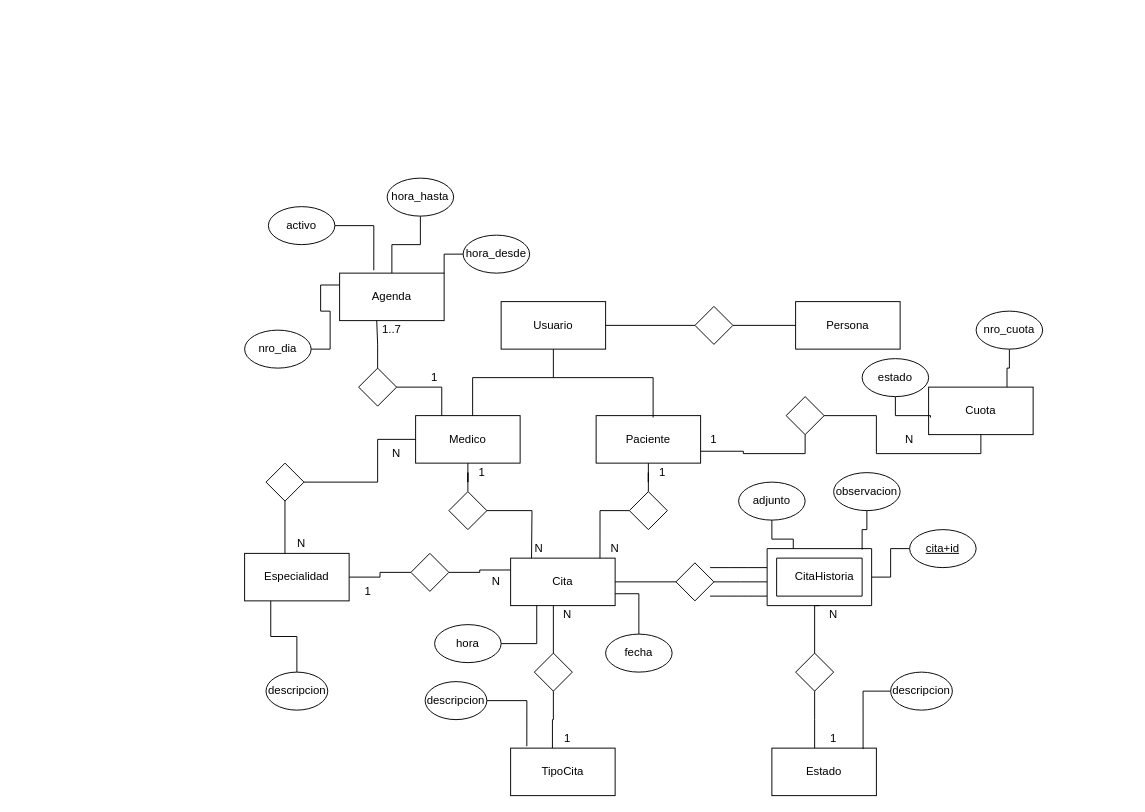
This is src/main/resources/DER_Taller1.drawio from EquipoTaller1/proyectoCursadaTaller1Unlam, a draw.io file, before an edit. Source tidied: cells renumbered, new cells numbered last; positions are measured from the earlier drawing's top-left corner, leaving out a move shared by most shapes. Both pictures are drawn from the tidied source at 95%, with x=0, y=0 at pixel (244, 178).
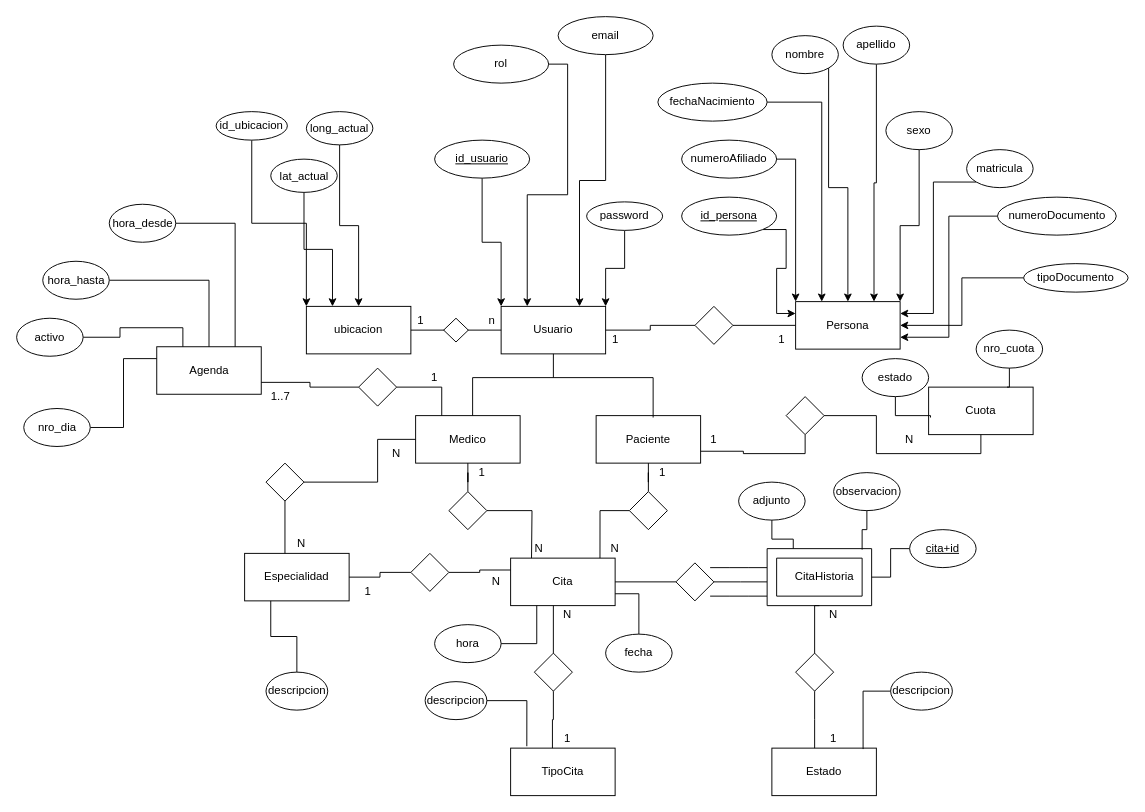
The same diagram, later.

Unchanged cells that the change refers to:
```xml
<mxCell id="42" style="rhombus;whiteSpace=wrap;html=1;" parent="1" vertex="1">
  <mxGeometry x="120" y="200" width="40" height="40" as="geometry" />
</mxCell>
<mxCell id="93" value="Persona" style="rounded=0;whiteSpace=wrap;html=1;" parent="1" vertex="1">
  <mxGeometry x="580" y="130" width="110" height="50" as="geometry" />
</mxCell>
```

The edit, as a diff of the source:
```diff
@@
     <mxCell id="2" value="Usuario" style="rounded=0;whiteSpace=wrap;html=1;" parent="1" vertex="1">
-      <mxGeometry x="270" y="130" width="110" height="50" as="geometry" />
+      <mxGeometry x="270" y="135" width="110" height="50" as="geometry" />
     </mxCell>
@@
     <mxCell id="39" value="Agenda" style="rounded=0;whiteSpace=wrap;html=1;" parent="1" vertex="1">
-      <mxGeometry x="100" y="100" width="110" height="50" as="geometry" />
+      <mxGeometry x="-92.5" y="177.5" width="110" height="50" as="geometry" />
     </mxCell>
@@
-    <mxCell id="41" style="edgeStyle=orthogonalEdgeStyle;rounded=0;jettySize=auto;html=1;entryX=0.355;entryY=1;entryDx=0;entryDy=0;entryPerimeter=0;startArrow=none;startFill=0;endArrow=none;endFill=0;" parent="1" edge="1" source="42" target="39">
+    <mxCell id="41" style="edgeStyle=orthogonalEdgeStyle;rounded=0;jettySize=auto;html=1;entryX=1;entryY=0.75;entryDx=0;entryDy=0;startArrow=none;startFill=0;endArrow=none;endFill=0;" parent="1" edge="1" source="42" target="39">
       <mxGeometry relative="1" as="geometry" />
     </mxCell>
@@
-    <mxCell id="53" style="edgeStyle=orthogonalEdgeStyle;rounded=0;jettySize=auto;html=1;entryX=0.327;entryY=-0.06;entryDx=0;entryDy=0;entryPerimeter=0;startArrow=none;startFill=0;endArrow=none;endFill=0;" parent="1" edge="1" source="54" target="39">
+    <mxCell id="53" style="edgeStyle=orthogonalEdgeStyle;rounded=0;jettySize=auto;html=1;entryX=0.25;entryY=0;entryDx=0;entryDy=0;startArrow=none;startFill=0;endArrow=none;endFill=0;" parent="1" edge="1" source="54" target="39">
       <mxGeometry relative="1" as="geometry" />
     </mxCell>
     <mxCell id="54" value="activo" style="ellipse;whiteSpace=wrap;html=1;" parent="1" vertex="1">
-      <mxGeometry x="25" y="30" width="70" height="40" as="geometry" />
+      <mxGeometry x="-240" y="147.5" width="70" height="40" as="geometry" />
     </mxCell>
@@
     <mxCell id="56" value="hora_hasta" style="ellipse;whiteSpace=wrap;html=1;" parent="1" vertex="1">
-      <mxGeometry x="150" width="70" height="40" as="geometry" />
+      <mxGeometry x="-212.5" y="87.5" width="70" height="40" as="geometry" />
     </mxCell>
-    <mxCell id="57" style="edgeStyle=orthogonalEdgeStyle;rounded=0;jettySize=auto;html=1;entryX=1;entryY=0;entryDx=0;entryDy=0;startArrow=none;startFill=0;endArrow=none;endFill=0;" parent="1" edge="1" source="58" target="39">
+    <mxCell id="57" style="edgeStyle=orthogonalEdgeStyle;rounded=0;jettySize=auto;html=1;entryX=0.75;entryY=0;entryDx=0;entryDy=0;startArrow=none;startFill=0;endArrow=none;endFill=0;exitX=1;exitY=0.5;exitDx=0;exitDy=0;" parent="1" edge="1" source="58" target="39">
       <mxGeometry relative="1" as="geometry" />
     </mxCell>
     <mxCell id="58" value="hora_desde" style="ellipse;whiteSpace=wrap;html=1;" parent="1" vertex="1">
-      <mxGeometry x="230" y="60" width="70" height="40" as="geometry" />
+      <mxGeometry x="-142.5" y="27.5" width="70" height="40" as="geometry" />
     </mxCell>
@@
     <mxCell id="75" value="1..7" style="text;html=1;strokeColor=none;fillColor=none;align=center;verticalAlign=middle;whiteSpace=wrap;rounded=0;" parent="1" vertex="1">
-      <mxGeometry x="135" y="150" width="40" height="20" as="geometry" />
+      <mxGeometry x="17.5" y="220" width="40" height="20" as="geometry" />
     </mxCell>
@@
-    <mxCell id="84" style="edgeStyle=orthogonalEdgeStyle;rounded=0;jettySize=auto;html=1;entryX=0;entryY=0.25;entryDx=0;entryDy=0;startArrow=none;startFill=0;endArrow=none;endFill=0;" parent="1" edge="1" source="85" target="39">
+    <mxCell id="84" style="edgeStyle=orthogonalEdgeStyle;rounded=0;jettySize=auto;html=1;entryX=0;entryY=0.25;entryDx=0;entryDy=0;startArrow=none;startFill=0;endArrow=none;endFill=0;exitX=1;exitY=0.5;exitDx=0;exitDy=0;" parent="1" edge="1" source="85" target="39">
       <mxGeometry relative="1" as="geometry" />
     </mxCell>
     <mxCell id="85" value="nro_dia" style="ellipse;whiteSpace=wrap;html=1;" parent="1" vertex="1">
-      <mxGeometry y="160" width="70" height="40" as="geometry" />
+      <mxGeometry x="-232.5" y="242.5" width="70" height="40" as="geometry" />
     </mxCell>
@@
     <mxCell id="89" value="nro_cuota" style="ellipse;whiteSpace=wrap;html=1;" parent="1" vertex="1">
-      <mxGeometry x="770" y="140" width="70" height="40" as="geometry" />
+      <mxGeometry x="770" y="160" width="70" height="40" as="geometry" />
     </mxCell>
@@
+    <mxCell id="94" style="edgeStyle=orthogonalEdgeStyle;rounded=0;jettySize=auto;html=1;exitX=0.5;exitY=1;exitDx=0;exitDy=0;entryX=0.75;entryY=0;entryDx=0;entryDy=0;" parent="1" edge="1" source="95" target="93">
+      <mxGeometry relative="1" as="geometry" />
+    </mxCell>
+    <mxCell id="95" value="apellido" style="ellipse;whiteSpace=wrap;html=1;" parent="1" vertex="1">
+      <mxGeometry x="630" y="-160" width="70" height="40" as="geometry" />
+    </mxCell>
+    <mxCell id="96" style="edgeStyle=orthogonalEdgeStyle;rounded=0;jettySize=auto;html=1;exitX=1;exitY=0.5;exitDx=0;exitDy=0;entryX=0.25;entryY=0;entryDx=0;entryDy=0;" parent="1" edge="1" source="97" target="93">
+      <mxGeometry relative="1" as="geometry" />
+    </mxCell>
+    <mxCell id="97" value="fechaNacimiento" style="ellipse;whiteSpace=wrap;html=1;" parent="1" vertex="1">
+      <mxGeometry x="435" y="-100" width="115" height="40" as="geometry" />
+    </mxCell>
+    <mxCell id="98" style="edgeStyle=orthogonalEdgeStyle;rounded=0;jettySize=auto;html=1;exitX=0;exitY=1;exitDx=0;exitDy=0;entryX=1;entryY=0.25;entryDx=0;entryDy=0;" parent="1" edge="1" source="99" target="93">
+      <mxGeometry relative="1" as="geometry" />
+    </mxCell>
+    <mxCell id="99" value="matricula" style="ellipse;whiteSpace=wrap;html=1;" parent="1" vertex="1">
+      <mxGeometry x="760" y="-30" width="70" height="40" as="geometry" />
+    </mxCell>
+    <mxCell id="100" style="edgeStyle=orthogonalEdgeStyle;rounded=0;jettySize=auto;html=1;exitX=1;exitY=1;exitDx=0;exitDy=0;entryX=0.5;entryY=0;entryDx=0;entryDy=0;" parent="1" edge="1" source="101" target="93">
+      <mxGeometry relative="1" as="geometry" />
+    </mxCell>
+    <mxCell id="101" value="nombre" style="ellipse;whiteSpace=wrap;html=1;" parent="1" vertex="1">
+      <mxGeometry x="555" y="-150" width="70" height="40" as="geometry" />
+    </mxCell>
+    <mxCell id="102" style="edgeStyle=orthogonalEdgeStyle;rounded=0;jettySize=auto;html=1;exitX=1;exitY=0.5;exitDx=0;exitDy=0;entryX=0;entryY=0;entryDx=0;entryDy=0;" parent="1" edge="1" source="103" target="93">
+      <mxGeometry relative="1" as="geometry" />
+    </mxCell>
+    <mxCell id="103" value="numeroAfiliado" style="ellipse;whiteSpace=wrap;html=1;" parent="1" vertex="1">
+      <mxGeometry x="460" y="-40" width="100" height="40" as="geometry" />
+    </mxCell>
+    <mxCell id="104" style="edgeStyle=orthogonalEdgeStyle;rounded=0;jettySize=auto;html=1;exitX=0;exitY=0.5;exitDx=0;exitDy=0;entryX=1;entryY=0.75;entryDx=0;entryDy=0;" parent="1" edge="1" source="105" target="93">
+      <mxGeometry relative="1" as="geometry" />
+    </mxCell>
+    <mxCell id="105" value="numeroDocumento" style="ellipse;whiteSpace=wrap;html=1;" parent="1" vertex="1">
+      <mxGeometry x="792.5" y="20" width="125" height="40" as="geometry" />
+    </mxCell>
+    <mxCell id="106" style="edgeStyle=orthogonalEdgeStyle;rounded=0;jettySize=auto;html=1;exitX=0.5;exitY=1;exitDx=0;exitDy=0;entryX=1;entryY=0;entryDx=0;entryDy=0;" parent="1" edge="1" source="107" target="93">
+      <mxGeometry relative="1" as="geometry" />
+    </mxCell>
+    <mxCell id="107" value="sexo" style="ellipse;whiteSpace=wrap;html=1;" parent="1" vertex="1">
+      <mxGeometry x="675" y="-70" width="70" height="40" as="geometry" />
+    </mxCell>
+    <mxCell id="108" style="edgeStyle=orthogonalEdgeStyle;rounded=0;jettySize=auto;html=1;exitX=0;exitY=0.5;exitDx=0;exitDy=0;entryX=1;entryY=0.5;entryDx=0;entryDy=0;" parent="1" edge="1" source="109" target="93">
+      <mxGeometry relative="1" as="geometry" />
+    </mxCell>
+    <mxCell id="109" value="tipoDocumento" style="ellipse;whiteSpace=wrap;html=1;" parent="1" vertex="1">
+      <mxGeometry x="820" y="90" width="110" height="30" as="geometry" />
+    </mxCell>
+    <mxCell id="110" style="edgeStyle=orthogonalEdgeStyle;rounded=0;jettySize=auto;html=1;exitX=1;exitY=1;exitDx=0;exitDy=0;entryX=0;entryY=0.25;entryDx=0;entryDy=0;" parent="1" edge="1" source="111" target="93">
+      <mxGeometry relative="1" as="geometry">
+        <Array as="points">
+          <mxPoint x="570" y="54" />
+          <mxPoint x="570" y="95" />
+          <mxPoint x="560" y="95" />
+          <mxPoint x="560" y="142" />
+        </Array>
+      </mxGeometry>
+    </mxCell>
+    <mxCell id="111" value="&lt;u&gt;id_persona&lt;/u&gt;" style="ellipse;whiteSpace=wrap;html=1;" parent="1" vertex="1">
+      <mxGeometry x="460" y="20" width="100" height="40" as="geometry" />
+    </mxCell>
+    <mxCell id="112" value="1" style="text;html=1;align=center;verticalAlign=middle;strokeColor=none;" parent="1" vertex="1">
+      <mxGeometry x="380" y="160" width="20" height="20" as="geometry" />
+    </mxCell>
+    <mxCell id="113" value="1" style="text;html=1;align=center;verticalAlign=middle;strokeColor=none;" parent="1" vertex="1">
+      <mxGeometry x="555" y="160" width="20" height="20" as="geometry" />
+    </mxCell>
+    <mxCell id="114" style="edgeStyle=orthogonalEdgeStyle;rounded=0;jettySize=auto;html=1;exitX=0.5;exitY=1;exitDx=0;exitDy=0;entryX=0;entryY=0;entryDx=0;entryDy=0;" parent="1" edge="1" source="115" target="2">
+      <mxGeometry relative="1" as="geometry" />
+    </mxCell>
+    <mxCell id="115" value="&lt;u&gt;id_usuario&lt;/u&gt;" style="ellipse;whiteSpace=wrap;html=1;" parent="1" vertex="1">
+      <mxGeometry x="200" y="-40" width="100" height="40" as="geometry" />
+    </mxCell>
+    <mxCell id="116" style="edgeStyle=orthogonalEdgeStyle;rounded=0;jettySize=auto;html=1;exitX=0.5;exitY=1;exitDx=0;exitDy=0;entryX=0.75;entryY=0;entryDx=0;entryDy=0;" parent="1" edge="1" source="117" target="2">
+      <mxGeometry relative="1" as="geometry" />
+    </mxCell>
+    <mxCell id="117" value="email" style="ellipse;whiteSpace=wrap;html=1;" parent="1" vertex="1">
+      <mxGeometry x="330" y="-170" width="100" height="40" as="geometry" />
+    </mxCell>
+    <mxCell id="118" style="edgeStyle=orthogonalEdgeStyle;rounded=0;jettySize=auto;html=1;exitX=0.5;exitY=1;exitDx=0;exitDy=0;entryX=1;entryY=0;entryDx=0;entryDy=0;" parent="1" edge="1" source="119" target="2">
+      <mxGeometry relative="1" as="geometry" />
+    </mxCell>
+    <mxCell id="119" value="password" style="ellipse;whiteSpace=wrap;html=1;" parent="1" vertex="1">
+      <mxGeometry x="360" y="25" width="80" height="30" as="geometry" />
+    </mxCell>
+    <mxCell id="120" style="edgeStyle=orthogonalEdgeStyle;rounded=0;jettySize=auto;html=1;exitX=1;exitY=0.5;exitDx=0;exitDy=0;entryX=0.25;entryY=0;entryDx=0;entryDy=0;" parent="1" edge="1" source="121" target="2">
+      <mxGeometry relative="1" as="geometry" />
+    </mxCell>
+    <mxCell id="121" value="rol" style="ellipse;whiteSpace=wrap;html=1;" parent="1" vertex="1">
+      <mxGeometry x="220" y="-140" width="100" height="40" as="geometry" />
+    </mxCell>
+    <mxCell id="122" value="ubicacion" style="rounded=0;whiteSpace=wrap;html=1;" parent="1" vertex="1">
+      <mxGeometry x="65" y="135" width="110" height="50" as="geometry" />
+    </mxCell>
+    <mxCell id="123" style="edgeStyle=orthogonalEdgeStyle;rounded=0;jettySize=auto;html=1;exitX=0.5;exitY=1;exitDx=0;exitDy=0;entryX=0;entryY=0;entryDx=0;entryDy=0;" parent="1" edge="1" source="124" target="122">
+      <mxGeometry relative="1" as="geometry" />
+    </mxCell>
+    <mxCell id="124" value="id_ubicacion" style="ellipse;whiteSpace=wrap;html=1;" parent="1" vertex="1">
+      <mxGeometry x="-30" y="-70" width="75" height="30" as="geometry" />
+    </mxCell>
+    <mxCell id="125" style="edgeStyle=orthogonalEdgeStyle;rounded=0;jettySize=auto;html=1;exitX=0.5;exitY=1;exitDx=0;exitDy=0;entryX=0.25;entryY=0;entryDx=0;entryDy=0;" parent="1" edge="1" source="126" target="122">
+      <mxGeometry relative="1" as="geometry" />
+    </mxCell>
+    <mxCell id="126" value="lat_actual" style="ellipse;whiteSpace=wrap;html=1;" parent="1" vertex="1">
+      <mxGeometry x="27.5" y="-20" width="70" height="35" as="geometry" />
+    </mxCell>
+    <mxCell id="127" style="edgeStyle=orthogonalEdgeStyle;rounded=0;jettySize=auto;html=1;exitX=0.5;exitY=1;exitDx=0;exitDy=0;entryX=0.5;entryY=0;entryDx=0;entryDy=0;" parent="1" edge="1" source="128" target="122">
+      <mxGeometry relative="1" as="geometry" />
+    </mxCell>
+    <mxCell id="128" value="long_actual" style="ellipse;whiteSpace=wrap;html=1;" parent="1" vertex="1">
+      <mxGeometry x="65" y="-70" width="70" height="35" as="geometry" />
+    </mxCell>
+    <mxCell id="129" style="edgeStyle=orthogonalEdgeStyle;rounded=0;jettySize=auto;html=1;entryX=1;entryY=0.5;entryDx=0;entryDy=0;startArrow=none;startFill=0;endArrow=none;endFill=0;exitX=0;exitY=0.5;exitDx=0;exitDy=0;" parent="1" edge="1" source="2" target="122">
+      <mxGeometry relative="1" as="geometry" />
+    </mxCell>
+    <mxCell id="130" style="rhombus;whiteSpace=wrap;html=1;" parent="1" vertex="1">
+      <mxGeometry x="209.5" y="147.5" width="26" height="25" as="geometry" />
+    </mxCell>
+    <mxCell id="131" value="1" style="text;html=1;align=center;verticalAlign=middle;strokeColor=none;" parent="1" vertex="1">
+      <mxGeometry x="175" y="140" width="20" height="20" as="geometry" />
+    </mxCell>
+    <mxCell id="132" value="n" style="text;html=1;align=center;verticalAlign=middle;strokeColor=none;" parent="1" vertex="1">
+      <mxGeometry x="250" y="140" width="20" height="20" as="geometry" />
+    </mxCell>
```
